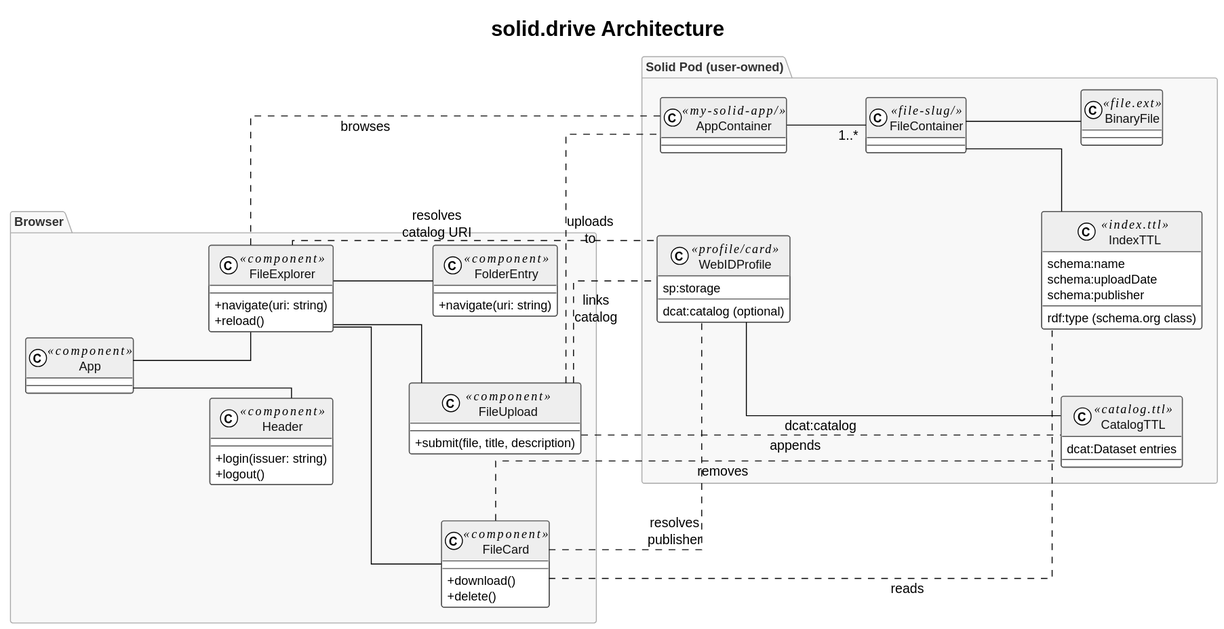
Above: docs/architecture.svg in WSE-research/Solid.Drive (PlantUML), before the change.
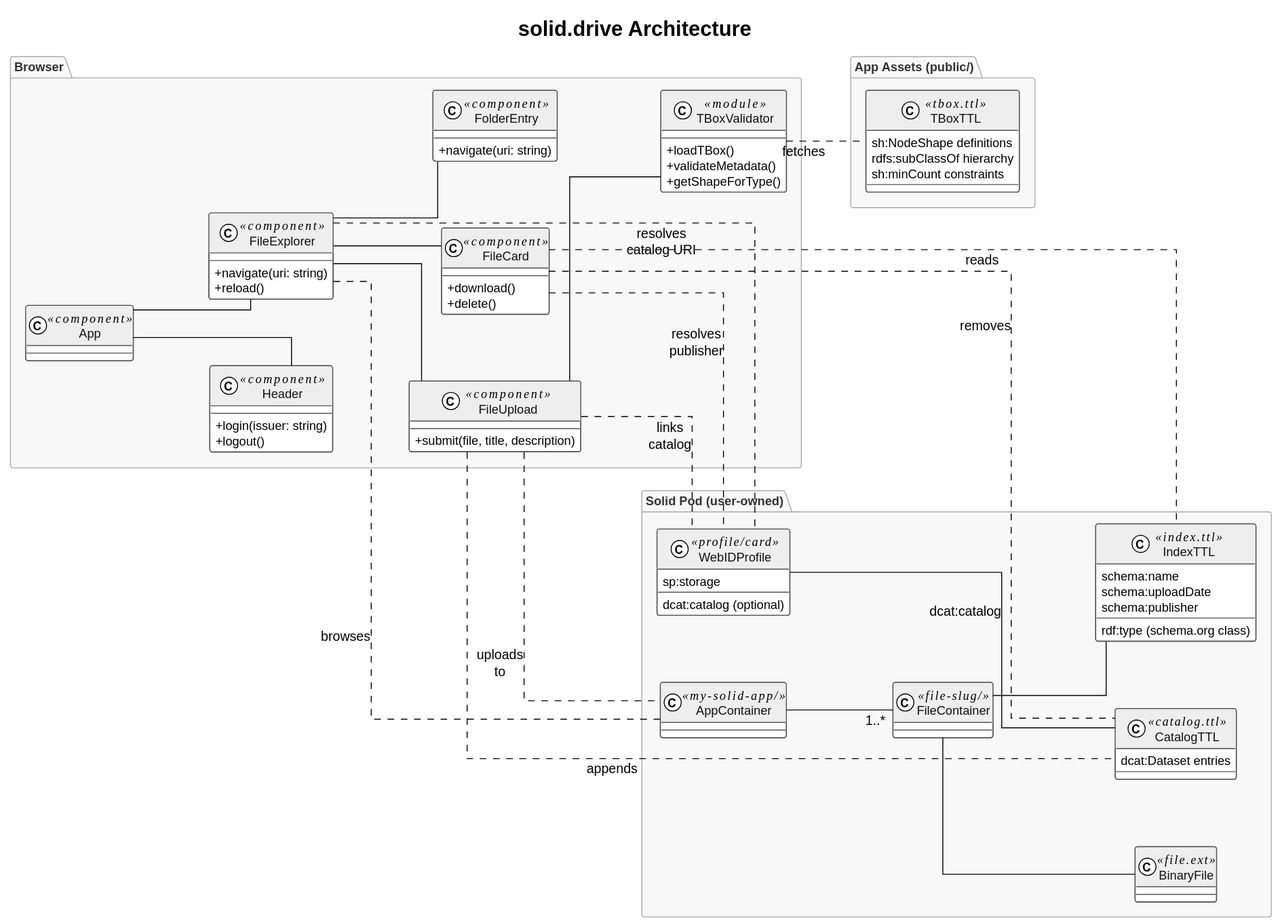
Later version of the same file.

What changed in the source:
```diff
@@ -57,6 +57,12 @@
     +submit(file, title, description)
   }
 
+  class TBoxValidator <<module>> {
+    +loadTBox()
+    +validateMetadata()
+    +getShapeForType()
+  }
+
   class FileCard <<component>> {
     +download()
     +delete()
@@ -71,6 +77,15 @@
   FileExplorer -- FileUpload
   FileExplorer -- FileCard
   FileExplorer -- FolderEntry
+  FileUpload -- TBoxValidator
+}
+
+package "App Assets (public/)" {
+  class TBoxTTL <<tbox.ttl>> {
+    sh:NodeShape definitions
+    rdfs:subClassOf hierarchy
+    sh:minCount constraints
+  }
 }
 
 package "Solid Pod (user-owned)" {
@@ -102,6 +117,8 @@
   FileContainer -- BinaryFile
   WebIDProfile --- CatalogTTL : dcat:catalog
 
+TBoxValidator .. TBoxTTL        : fetches
+
 FileUpload .. CatalogTTL        : appends
 FileUpload .. AppContainer      : uploads\nto
 FileUpload .. WebIDProfile      : links\ncatalog
```
